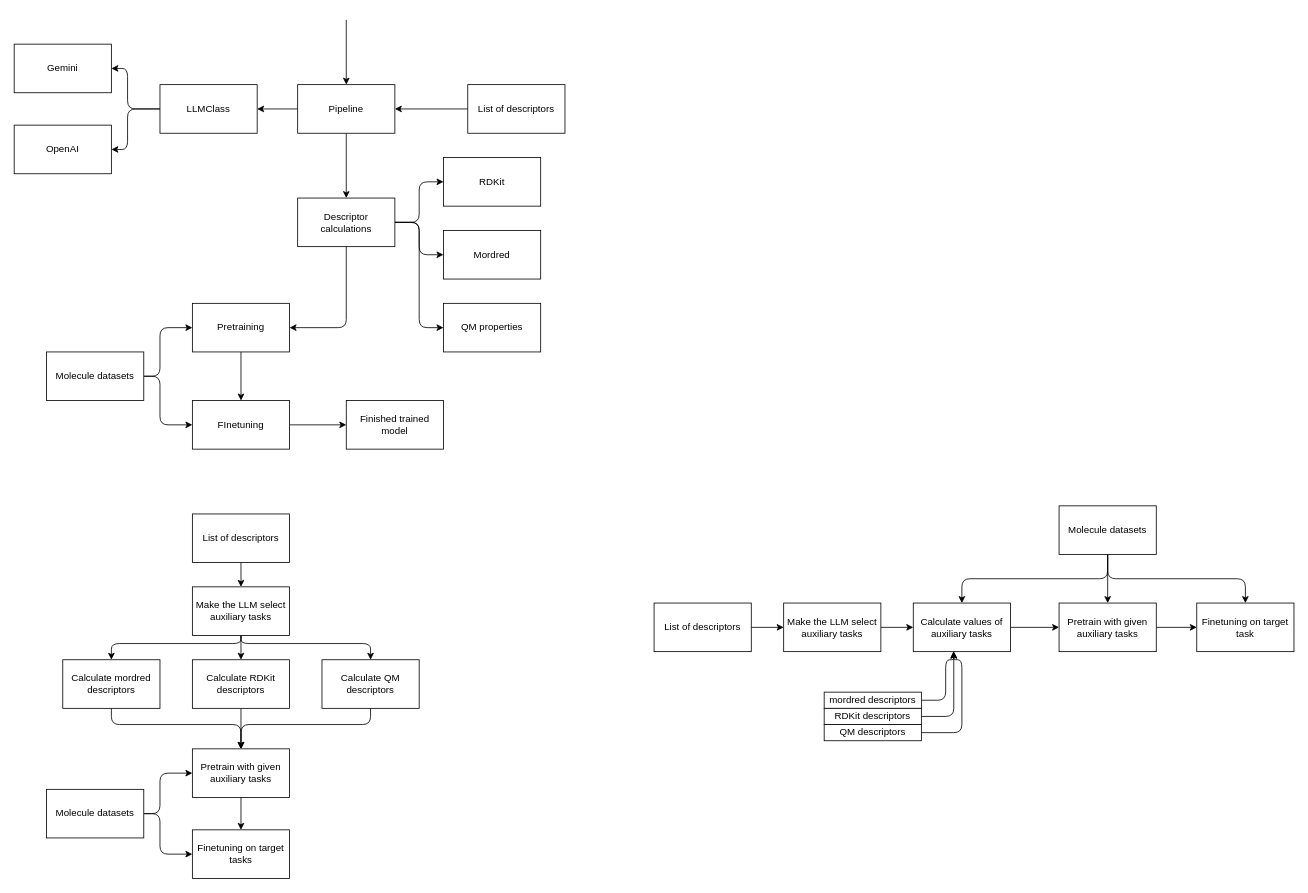
This is page "Page-1" (1 of 2) of Bachelor-project/flow.drawio from zhiqiangzhongddu/LLM4ATS, a draw.io file, before an edit. Source tidied: cells renumbered, new cells numbered last; positions are measured from the earlier drawing's top-left corner, leaving out a move shared by most shapes. Both pictures are drawn from the tidied source at 81%, with x=0, y=0 at pixel (14, 19).
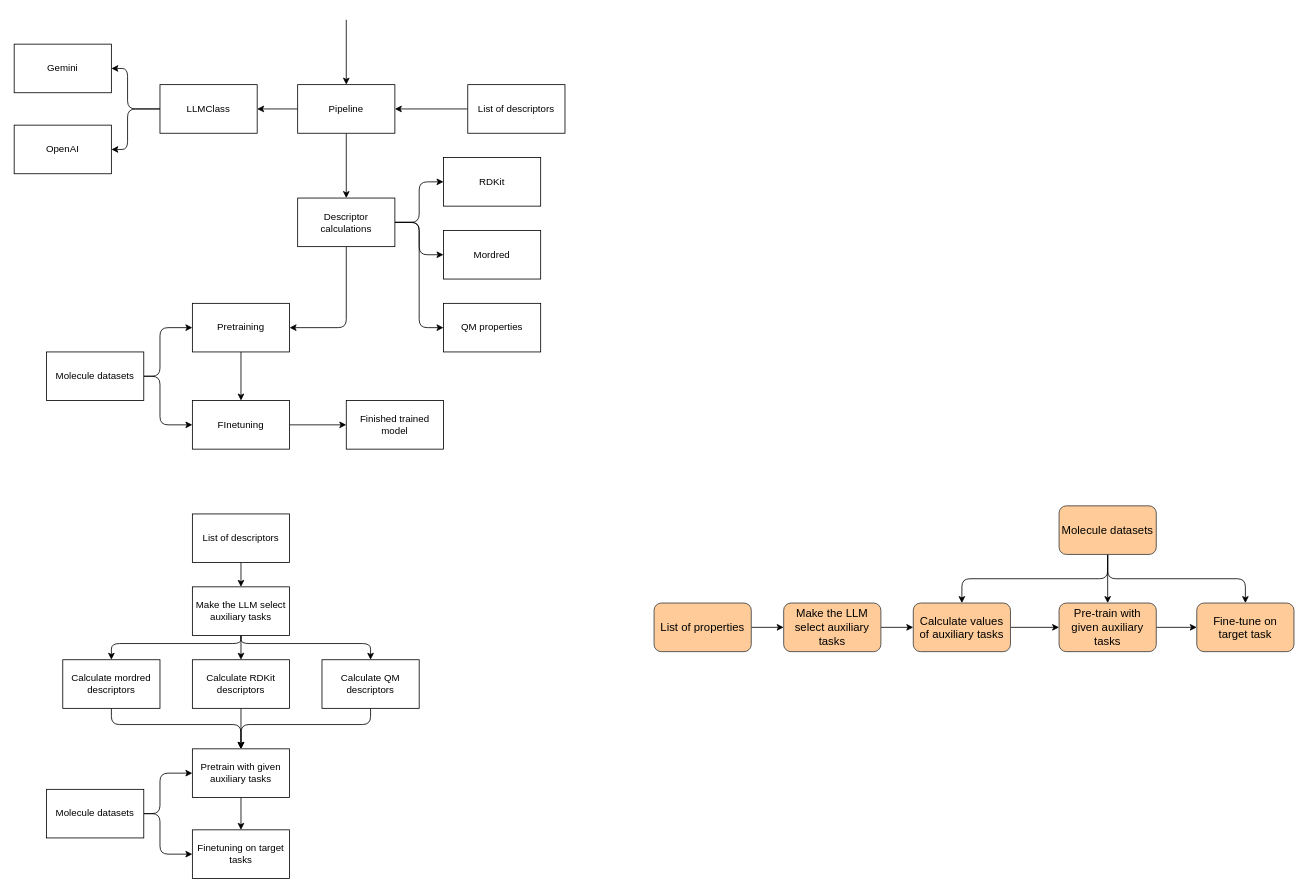
The same diagram, later.

Commit message (it also covers changes not shown here):
Updated flow diagram

The edit, as a diff of the source:
```diff
@@
-    <mxCell id="48" value="List of descriptors" style="rounded=0;whiteSpace=wrap;html=1;" parent="1" vertex="1">
+    <mxCell id="48" value="&lt;font style=&quot;font-size: 14px;&quot; color=&quot;#000000&quot;&gt;List of properties&lt;/font&gt;" style="rounded=1;whiteSpace=wrap;html=1;fillColor=#ffcc99;strokeColor=#36393d;" parent="1" vertex="1">
       <mxGeometry x="790" y="720" width="120" height="60" as="geometry" />
     </mxCell>
@@
-    <mxCell id="50" value="Make the LLM select auxiliary tasks" style="rounded=0;whiteSpace=wrap;html=1;" parent="1" vertex="1">
+    <mxCell id="50" value="&lt;font color=&quot;#000000&quot; style=&quot;font-size: 14px;&quot;&gt;Make the LLM select auxiliary tasks&lt;/font&gt;" style="rounded=1;whiteSpace=wrap;html=1;fillColor=#ffcc99;strokeColor=#36393d;" parent="1" vertex="1">
       <mxGeometry x="950" y="720" width="120" height="60" as="geometry" />
     </mxCell>
@@
-    <mxCell id="52" value="Pretrain with given auxiliary tasks" style="rounded=0;whiteSpace=wrap;html=1;" parent="1" vertex="1">
+    <mxCell id="52" value="&lt;font color=&quot;#000000&quot; style=&quot;font-size: 14px;&quot;&gt;Pre-train with given auxiliary tasks&lt;/font&gt;" style="rounded=1;whiteSpace=wrap;html=1;fillColor=#ffcc99;strokeColor=#36393d;" parent="1" vertex="1">
       <mxGeometry x="1290" y="720" width="120" height="60" as="geometry" />
     </mxCell>
-    <mxCell id="53" value="Finetuning on target task" style="rounded=0;whiteSpace=wrap;html=1;" parent="1" vertex="1">
+    <mxCell id="53" value="&lt;font color=&quot;#000000&quot; style=&quot;font-size: 14px;&quot;&gt;Fine-tune on target task&lt;/font&gt;" style="rounded=1;whiteSpace=wrap;html=1;fillColor=#ffcc99;strokeColor=#36393d;" parent="1" vertex="1">
       <mxGeometry x="1460" y="720" width="120" height="60" as="geometry" />
     </mxCell>
@@
-    <mxCell id="55" value="Calculate values of auxiliary tasks" style="rounded=0;whiteSpace=wrap;html=1;" parent="1" vertex="1">
+    <mxCell id="55" value="&lt;font color=&quot;#000000&quot; style=&quot;font-size: 14px;&quot;&gt;Calculate values of auxiliary tasks&lt;/font&gt;" style="rounded=1;whiteSpace=wrap;html=1;fillColor=#ffcc99;strokeColor=#36393d;" parent="1" vertex="1">
       <mxGeometry x="1110" y="720" width="120" height="60" as="geometry" />
     </mxCell>
@@
-    <mxCell id="59" value="Molecule datasets" style="rounded=0;whiteSpace=wrap;html=1;" parent="1" vertex="1">
+    <mxCell id="59" value="&lt;font color=&quot;#000000&quot; style=&quot;font-size: 14px;&quot;&gt;Molecule datasets&lt;/font&gt;" style="rounded=1;whiteSpace=wrap;html=1;fillColor=#ffcc99;strokeColor=#36393d;" parent="1" vertex="1">
       <mxGeometry x="1290" y="600" width="120" height="60" as="geometry" />
     </mxCell>
-    <mxCell id="60" style="edgeStyle=none;html=1;exitX=1;exitY=0.5;exitDx=0;exitDy=0;" parent="1" edge="1" source="61">
-      <mxGeometry relative="1" as="geometry">
-        <mxPoint x="1160" y="780" as="targetPoint" />
-        <Array as="points">
-          <mxPoint x="1150" y="840" />
-          <mxPoint x="1150" y="790" />
-          <mxPoint x="1160" y="790" />
-        </Array>
-      </mxGeometry>
-    </mxCell>
-    <mxCell id="61" value="mordred descriptors" style="rounded=0;whiteSpace=wrap;html=1;" parent="1" vertex="1">
-      <mxGeometry x="1000" y="830" width="120" height="20" as="geometry" />
-    </mxCell>
-    <mxCell id="62" style="edgeStyle=none;html=1;" parent="1" edge="1" source="63">
-      <mxGeometry relative="1" as="geometry">
-        <mxPoint x="1160" y="780" as="targetPoint" />
-        <Array as="points">
-          <mxPoint x="1160" y="860" />
-        </Array>
-      </mxGeometry>
-    </mxCell>
-    <mxCell id="63" value="RDKit descriptors" style="rounded=0;whiteSpace=wrap;html=1;" parent="1" vertex="1">
-      <mxGeometry x="1000" y="850" width="120" height="20" as="geometry" />
-    </mxCell>
-    <mxCell id="64" style="edgeStyle=none;html=1;entryX=0.414;entryY=0.994;entryDx=0;entryDy=0;entryPerimeter=0;" parent="1" edge="1" source="65" target="55">
-      <mxGeometry relative="1" as="geometry">
-        <Array as="points">
-          <mxPoint x="1170" y="880" />
-          <mxPoint x="1170" y="790" />
-          <mxPoint x="1160" y="790" />
-        </Array>
-      </mxGeometry>
-    </mxCell>
-    <mxCell id="65" value="QM descriptors" style="rounded=0;whiteSpace=wrap;html=1;" parent="1" vertex="1">
-      <mxGeometry x="1000" y="870" width="120" height="20" as="geometry" />
-    </mxCell>
```
